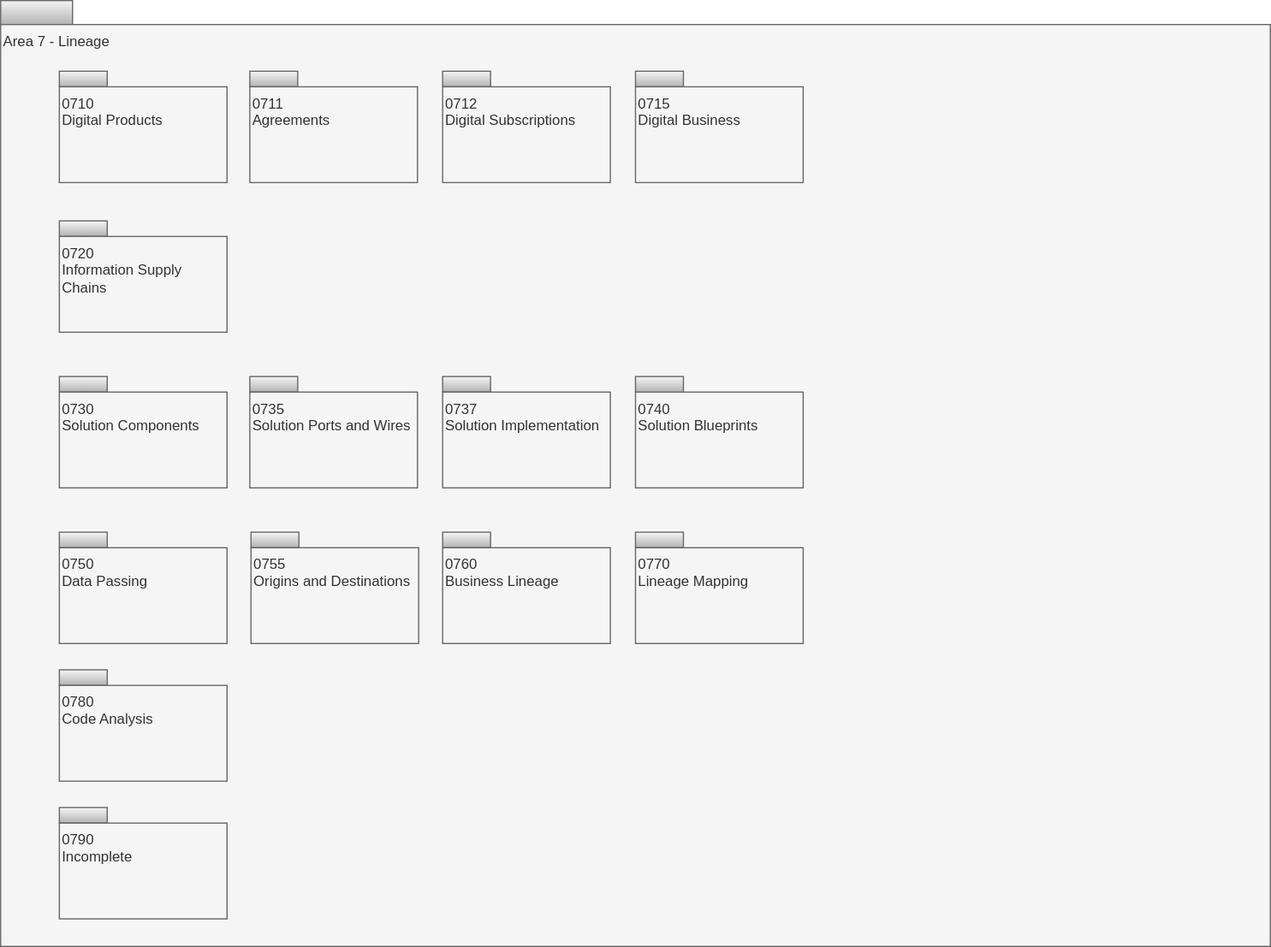
This is site/docs/types/7/area-7-lineage-overview.svg from odpi/egeria-docs, a draw.io export, as it was before one commit. Source tidied: cells renumbered, new cells last; positions are measured from the earlier drawing's top-left corner, leaving out a move shared by most shapes.
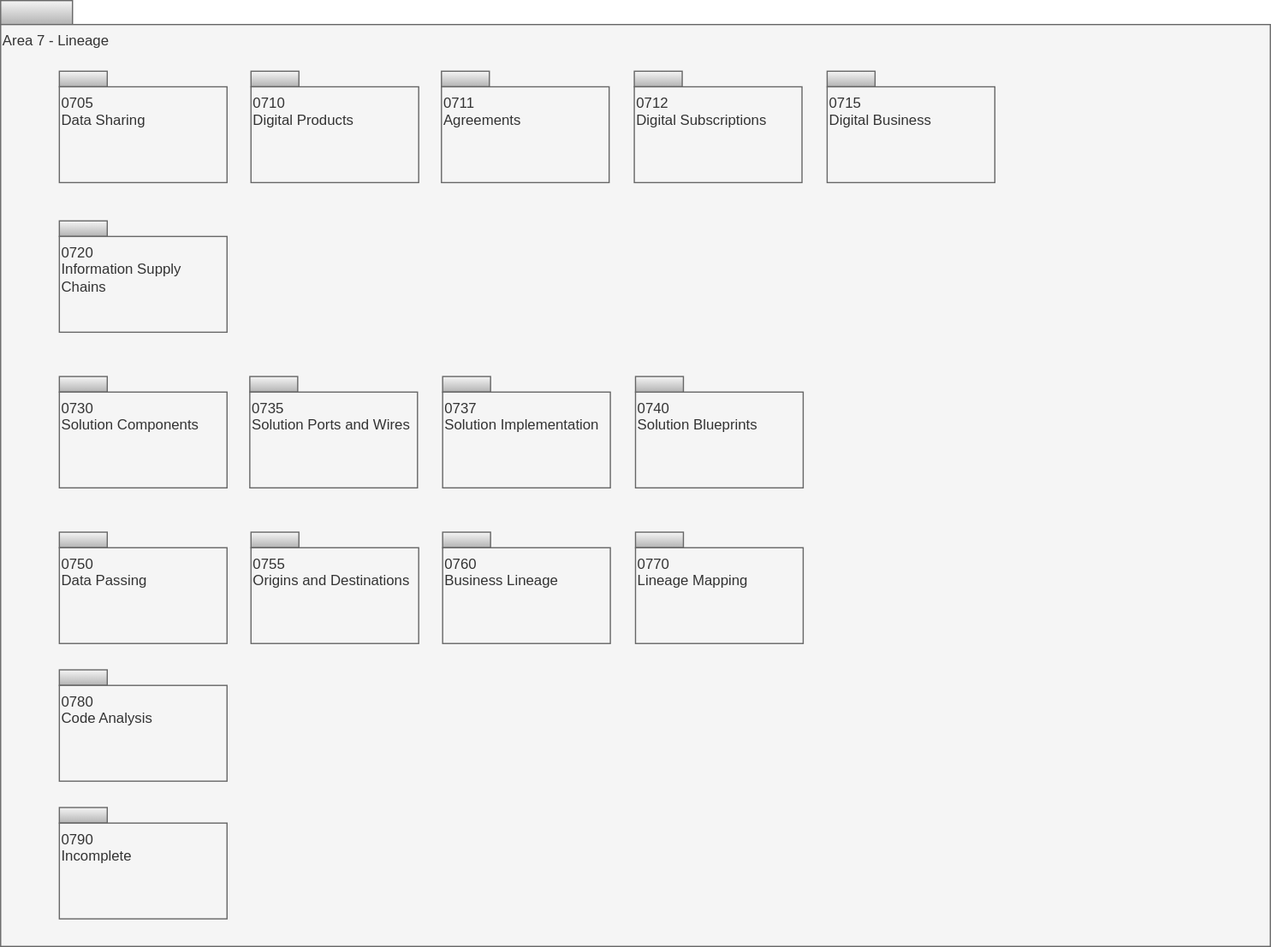
Above is the later version.

Diff of the diagram source:
```diff
@@ -9,16 +9,16 @@
       <mxGeometry y="20" width="1060" height="770" as="geometry" />
     </mxCell>
     <mxCell id="4" style="rounded=0;whiteSpace=wrap;html=1;align=left;fillColor=#f5f5f5;strokeColor=#666666;gradientColor=#b3b3b3;" parent="1" vertex="1">
-      <mxGeometry x="49" y="59" width="40" height="13" as="geometry" />
+      <mxGeometry x="209" y="59" width="40" height="13" as="geometry" />
     </mxCell>
     <mxCell id="5" value="0710&lt;br&gt;Digital Products" style="rounded=0;whiteSpace=wrap;html=1;align=left;verticalAlign=top;fillColor=#f5f5f5;fontColor=#333333;strokeColor=#666666;" parent="1" vertex="1">
-      <mxGeometry x="49" y="72" width="140" height="80" as="geometry" />
+      <mxGeometry x="209" y="72" width="140" height="80" as="geometry" />
     </mxCell>
     <mxCell id="6" style="rounded=0;whiteSpace=wrap;html=1;align=left;fillColor=#f5f5f5;strokeColor=#666666;gradientColor=#b3b3b3;" parent="1" vertex="1">
-      <mxGeometry x="208" y="59" width="40" height="13" as="geometry" />
+      <mxGeometry x="368" y="59" width="40" height="13" as="geometry" />
     </mxCell>
     <mxCell id="7" value="0711&lt;br&gt;Agreements" style="rounded=0;whiteSpace=wrap;html=1;align=left;verticalAlign=top;fillColor=#f5f5f5;fontColor=#333333;strokeColor=#666666;" parent="1" vertex="1">
-      <mxGeometry x="208" y="72" width="140" height="80" as="geometry" />
+      <mxGeometry x="368" y="72" width="140" height="80" as="geometry" />
     </mxCell>
     <mxCell id="8" style="rounded=0;whiteSpace=wrap;html=1;align=left;fillColor=#f5f5f5;strokeColor=#666666;gradientColor=#b3b3b3;" parent="1" vertex="1">
       <mxGeometry x="369" y="314" width="40" height="13" as="geometry" />
@@ -81,10 +81,10 @@
       <mxGeometry x="49" y="687" width="140" height="80" as="geometry" />
     </mxCell>
     <mxCell id="28" style="rounded=0;whiteSpace=wrap;html=1;align=left;fillColor=#f5f5f5;strokeColor=#666666;gradientColor=#b3b3b3;" parent="1" vertex="1">
-      <mxGeometry x="530" y="59" width="40" height="13" as="geometry" />
+      <mxGeometry x="690" y="59" width="40" height="13" as="geometry" />
     </mxCell>
     <mxCell id="29" value="0715&lt;br&gt;Digital Business" style="rounded=0;whiteSpace=wrap;html=1;align=left;verticalAlign=top;fillColor=#f5f5f5;fontColor=#333333;strokeColor=#666666;" parent="1" vertex="1">
-      <mxGeometry x="530" y="72" width="140" height="80" as="geometry" />
+      <mxGeometry x="690" y="72" width="140" height="80" as="geometry" />
     </mxCell>
     <mxCell id="30" style="rounded=0;whiteSpace=wrap;html=1;align=left;fillColor=#f5f5f5;strokeColor=#666666;gradientColor=#b3b3b3;" parent="1" vertex="1">
       <mxGeometry x="209" y="444" width="40" height="13" as="geometry" />
@@ -93,10 +93,16 @@
       <mxGeometry x="209" y="457" width="140" height="80" as="geometry" />
     </mxCell>
     <mxCell id="32" style="rounded=0;whiteSpace=wrap;html=1;align=left;fillColor=#f5f5f5;strokeColor=#666666;gradientColor=#b3b3b3;" parent="1" vertex="1">
-      <mxGeometry x="369" y="59" width="40" height="13" as="geometry" />
+      <mxGeometry x="529" y="59" width="40" height="13" as="geometry" />
     </mxCell>
     <mxCell id="33" value="0712&lt;br&gt;Digital Subscriptions" style="rounded=0;whiteSpace=wrap;html=1;align=left;verticalAlign=top;fillColor=#f5f5f5;fontColor=#333333;strokeColor=#666666;" parent="1" vertex="1">
-      <mxGeometry x="369" y="72" width="140" height="80" as="geometry" />
+      <mxGeometry x="529" y="72" width="140" height="80" as="geometry" />
     </mxCell>
+    <mxCell id="34" style="rounded=0;whiteSpace=wrap;html=1;align=left;fillColor=#f5f5f5;strokeColor=#666666;gradientColor=#b3b3b3;" parent="1" vertex="1">
+      <mxGeometry x="49" y="59" width="40" height="13" as="geometry" />
+    </mxCell>
+    <mxCell id="35" value="0705&lt;br&gt;Data Sharing" style="rounded=0;whiteSpace=wrap;html=1;align=left;verticalAlign=top;fillColor=#f5f5f5;fontColor=#333333;strokeColor=#666666;" parent="1" vertex="1">
+      <mxGeometry x="49" y="72" width="140" height="80" as="geometry" />
+    </mxCell>
   </root>
 </mxGraphModel>
```
